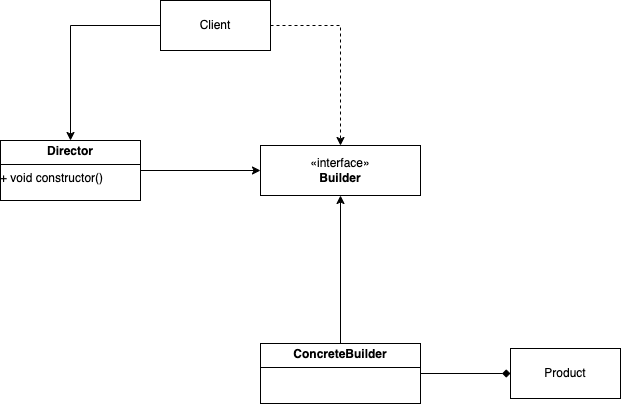
This is builder.drawio.png from abel-root/Builder-pattern, a draw.io export, as it was before one commit. Source tidied: cells renumbered, new cells last; positions are measured from the earlier drawing's top-left corner, leaving out a move shared by most shapes. Source of this version:
```xml
<mxGraphModel>
  <root>
    <mxCell id="0" />
    <mxCell id="1" parent="0" />
    <mxCell id="2" value="«interface»&lt;br&gt;&lt;b&gt;Builder&lt;/b&gt;" style="html=1;whiteSpace=wrap;" parent="1" vertex="1">
      <mxGeometry x="260" y="145" width="160" height="50" as="geometry" />
    </mxCell>
    <mxCell id="3" style="edgeStyle=orthogonalEdgeStyle;rounded=0;jettySize=auto;html=1;" parent="1" edge="1" source="5" target="2">
      <mxGeometry relative="1" as="geometry" />
    </mxCell>
    <mxCell id="4" style="edgeStyle=orthogonalEdgeStyle;rounded=0;jettySize=auto;html=1;exitX=1;exitY=0.5;exitDx=0;exitDy=0;entryX=0;entryY=0.5;entryDx=0;entryDy=0;endArrow=diamond;endFill=1;" parent="1" edge="1" source="5" target="6">
      <mxGeometry relative="1" as="geometry" />
    </mxCell>
    <mxCell id="5" value="&lt;p style=&quot;margin:0px;margin-top:4px;text-align:center;&quot;&gt;&lt;b&gt;ConcreteBuilder&lt;/b&gt;&lt;/p&gt;&lt;hr size=&quot;1&quot; style=&quot;border-style:solid;&quot;&gt;&lt;div style=&quot;height:2px;&quot;&gt;&lt;/div&gt;" style="verticalAlign=top;align=left;overflow=fill;html=1;whiteSpace=wrap;" parent="1" vertex="1">
      <mxGeometry x="260" y="343" width="160" height="60" as="geometry" />
    </mxCell>
    <mxCell id="6" value="Product" style="html=1;whiteSpace=wrap;" parent="1" vertex="1">
      <mxGeometry x="510" y="348" width="110" height="50" as="geometry" />
    </mxCell>
    <mxCell id="7" style="edgeStyle=orthogonalEdgeStyle;rounded=0;jettySize=auto;html=1;entryX=0;entryY=0.5;entryDx=0;entryDy=0;" parent="1" edge="1" source="8" target="2">
      <mxGeometry relative="1" as="geometry" />
    </mxCell>
    <mxCell id="8" value="&lt;p style=&quot;margin:0px;margin-top:4px;text-align:center;&quot;&gt;&lt;b&gt;Director&lt;/b&gt;&lt;/p&gt;&lt;hr size=&quot;1&quot; style=&quot;border-style:solid;&quot;&gt;&lt;div style=&quot;height:2px;&quot;&gt;+ void constructor()&lt;/div&gt;" style="verticalAlign=top;align=left;overflow=fill;html=1;whiteSpace=wrap;" parent="1" vertex="1">
      <mxGeometry y="140" width="140" height="60" as="geometry" />
    </mxCell>
    <mxCell id="9" style="edgeStyle=orthogonalEdgeStyle;rounded=0;jettySize=auto;html=1;entryX=0.5;entryY=0;entryDx=0;entryDy=0;" parent="1" edge="1" source="11" target="8">
      <mxGeometry relative="1" as="geometry" />
    </mxCell>
    <mxCell id="10" style="edgeStyle=orthogonalEdgeStyle;rounded=0;jettySize=auto;html=1;entryX=0.5;entryY=0;entryDx=0;entryDy=0;dashed=1;" parent="1" edge="1" source="11" target="2">
      <mxGeometry relative="1" as="geometry">
        <Array as="points">
          <mxPoint x="340" y="25" />
        </Array>
      </mxGeometry>
    </mxCell>
    <mxCell id="11" value="Client" style="html=1;whiteSpace=wrap;" parent="1" vertex="1">
      <mxGeometry x="160" width="110" height="50" as="geometry" />
    </mxCell>
  </root>
</mxGraphModel>
```
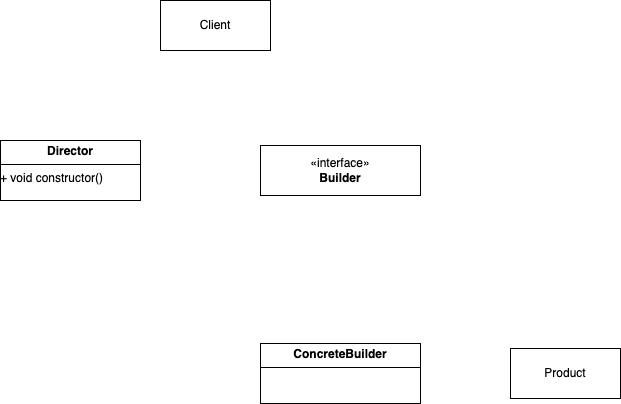
Later version of the same file.

Change to the diagram source:
```diff
@@ -5,10 +5,10 @@
     <mxCell id="2" value="«interface»&lt;br&gt;&lt;b&gt;Builder&lt;/b&gt;" style="html=1;whiteSpace=wrap;" parent="1" vertex="1">
       <mxGeometry x="260" y="145" width="160" height="50" as="geometry" />
     </mxCell>
-    <mxCell id="3" style="edgeStyle=orthogonalEdgeStyle;rounded=0;jettySize=auto;html=1;" parent="1" edge="1" source="5" target="2">
+    <mxCell id="3" style="edgeStyle=orthogonalEdgeStyle;rounded=0;jettySize=auto;html=1;strokeColor=light-dark(#FFFFFF,#FFFFFF);" parent="1" edge="1" source="5" target="2">
       <mxGeometry relative="1" as="geometry" />
     </mxCell>
-    <mxCell id="4" style="edgeStyle=orthogonalEdgeStyle;rounded=0;jettySize=auto;html=1;exitX=1;exitY=0.5;exitDx=0;exitDy=0;entryX=0;entryY=0.5;entryDx=0;entryDy=0;endArrow=diamond;endFill=1;" parent="1" edge="1" source="5" target="6">
+    <mxCell id="4" style="edgeStyle=orthogonalEdgeStyle;rounded=0;jettySize=auto;html=1;exitX=1;exitY=0.5;exitDx=0;exitDy=0;entryX=0;entryY=0.5;entryDx=0;entryDy=0;endArrow=diamond;endFill=1;strokeColor=light-dark(#FFFFFF,#FFFFFF);" parent="1" edge="1" source="5" target="6">
       <mxGeometry relative="1" as="geometry" />
     </mxCell>
     <mxCell id="5" value="&lt;p style=&quot;margin:0px;margin-top:4px;text-align:center;&quot;&gt;&lt;b&gt;ConcreteBuilder&lt;/b&gt;&lt;/p&gt;&lt;hr size=&quot;1&quot; style=&quot;border-style:solid;&quot;&gt;&lt;div style=&quot;height:2px;&quot;&gt;&lt;/div&gt;" style="verticalAlign=top;align=left;overflow=fill;html=1;whiteSpace=wrap;" parent="1" vertex="1">
@@ -17,16 +17,16 @@
     <mxCell id="6" value="Product" style="html=1;whiteSpace=wrap;" parent="1" vertex="1">
       <mxGeometry x="510" y="348" width="110" height="50" as="geometry" />
     </mxCell>
-    <mxCell id="7" style="edgeStyle=orthogonalEdgeStyle;rounded=0;jettySize=auto;html=1;entryX=0;entryY=0.5;entryDx=0;entryDy=0;" parent="1" edge="1" source="8" target="2">
+    <mxCell id="7" style="edgeStyle=orthogonalEdgeStyle;rounded=0;jettySize=auto;html=1;entryX=0;entryY=0.5;entryDx=0;entryDy=0;strokeColor=light-dark(#FFFFFF,#FFFFFF);" parent="1" edge="1" source="8" target="2">
       <mxGeometry relative="1" as="geometry" />
     </mxCell>
     <mxCell id="8" value="&lt;p style=&quot;margin:0px;margin-top:4px;text-align:center;&quot;&gt;&lt;b&gt;Director&lt;/b&gt;&lt;/p&gt;&lt;hr size=&quot;1&quot; style=&quot;border-style:solid;&quot;&gt;&lt;div style=&quot;height:2px;&quot;&gt;+ void constructor()&lt;/div&gt;" style="verticalAlign=top;align=left;overflow=fill;html=1;whiteSpace=wrap;" parent="1" vertex="1">
       <mxGeometry y="140" width="140" height="60" as="geometry" />
     </mxCell>
-    <mxCell id="9" style="edgeStyle=orthogonalEdgeStyle;rounded=0;jettySize=auto;html=1;entryX=0.5;entryY=0;entryDx=0;entryDy=0;" parent="1" edge="1" source="11" target="8">
+    <mxCell id="9" style="edgeStyle=orthogonalEdgeStyle;rounded=0;jettySize=auto;html=1;entryX=0.5;entryY=0;entryDx=0;entryDy=0;strokeColor=light-dark(#FFFFFF,#FFFFFF);" parent="1" edge="1" source="11" target="8">
       <mxGeometry relative="1" as="geometry" />
     </mxCell>
-    <mxCell id="10" style="edgeStyle=orthogonalEdgeStyle;rounded=0;jettySize=auto;html=1;entryX=0.5;entryY=0;entryDx=0;entryDy=0;dashed=1;" parent="1" edge="1" source="11" target="2">
+    <mxCell id="10" style="edgeStyle=orthogonalEdgeStyle;rounded=0;jettySize=auto;html=1;entryX=0.5;entryY=0;entryDx=0;entryDy=0;dashed=1;strokeColor=light-dark(#FFFFFF,#FFFFFF);" parent="1" edge="1" source="11" target="2">
       <mxGeometry relative="1" as="geometry">
         <Array as="points">
           <mxPoint x="340" y="25" />
```
